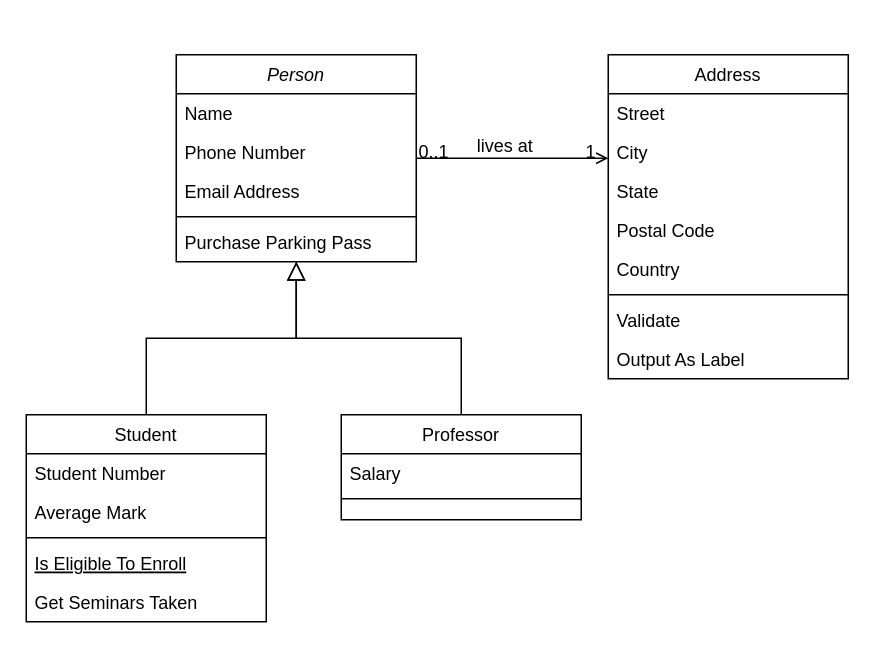
Above: OOTrabalho.drawio in DaviNegreiros/OO-TRABALHO (draw.io), before the change. Source tidied: cells renumbered, new cells numbered last; positions are measured from the earlier drawing's top-left corner, leaving out a move shared by most shapes. Both pictures are drawn from the tidied source at 150%, with x=0, y=0 at pixel (26, 54).
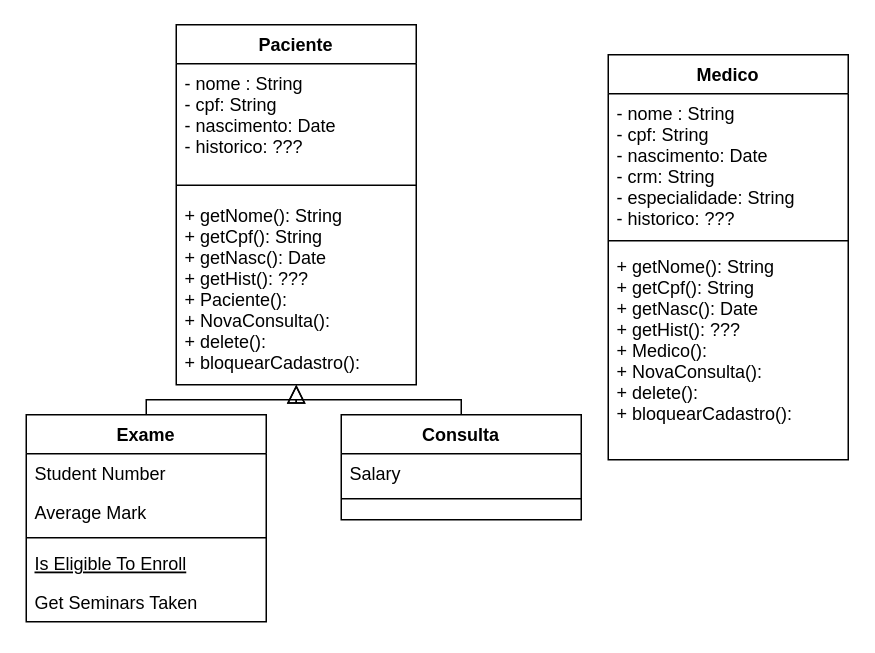
After the change.

Change to the diagram source:
```diff
@@
-    <mxCell id="2" value="Person" style="swimlane;fontStyle=2;align=center;verticalAlign=top;horizontal=1;startSize=26;rounded=0;shadow=0;strokeWidth=1;" parent="1" vertex="1">
-      <mxGeometry x="100" width="160" height="138" as="geometry" />
+    <mxCell id="2" value="Paciente" style="swimlane;fontStyle=1;align=center;verticalAlign=top;horizontal=1;startSize=26;rounded=0;shadow=0;strokeWidth=1;" parent="1" vertex="1">
+      <mxGeometry x="100" y="-20" width="160" height="240" as="geometry" />
     </mxCell>
-    <mxCell id="3" value="Name" style="text;align=left;verticalAlign=top;spacingLeft=4;spacingRight=4;overflow=hidden;" parent="2" vertex="1">
-      <mxGeometry y="26" width="160" height="26" as="geometry" />
-    </mxCell>
-    <mxCell id="4" value="Phone Number" style="text;align=left;verticalAlign=top;spacingLeft=4;spacingRight=4;overflow=hidden;rounded=0;shadow=0;html=0;" parent="2" vertex="1">
-      <mxGeometry y="52" width="160" height="26" as="geometry" />
-    </mxCell>
-    <mxCell id="5" value="Email Address" style="text;align=left;verticalAlign=top;spacingLeft=4;spacingRight=4;overflow=hidden;rounded=0;shadow=0;html=0;" parent="2" vertex="1">
-      <mxGeometry y="78" width="160" height="26" as="geometry" />
+    <mxCell id="5" value="- nome : String&#10;- cpf: String&#10;- nascimento: Date&#10;- historico: ???" style="text;align=left;verticalAlign=top;spacingLeft=4;spacingRight=4;overflow=hidden;rounded=0;shadow=0;html=0;" parent="2" vertex="1">
+      <mxGeometry y="26" width="160" height="74" as="geometry" />
     </mxCell>
     <mxCell id="6" style="line;html=1;strokeWidth=1;align=left;verticalAlign=middle;spacingTop=-1;spacingLeft=3;spacingRight=3;labelPosition=right;" parent="2" vertex="1">
-      <mxGeometry y="104" width="160" height="8" as="geometry" />
+      <mxGeometry y="100" width="160" height="14" as="geometry" />
     </mxCell>
-    <mxCell id="7" value="Purchase Parking Pass" style="text;align=left;verticalAlign=top;spacingLeft=4;spacingRight=4;overflow=hidden;" parent="2" vertex="1">
-      <mxGeometry y="112" width="160" height="26" as="geometry" />
+    <mxCell id="7" value="+ getNome(): String&#10;+ getCpf(): String&#10;+ getNasc(): Date&#10;+ getHist(): ???&#10;+ Paciente():&#10;+ NovaConsulta():&#10;+ delete():&#10;+ bloquearCadastro():&#10;&#10;" style="text;align=left;verticalAlign=top;spacingLeft=4;spacingRight=4;overflow=hidden;" parent="2" vertex="1">
+      <mxGeometry y="114" width="160" height="116" as="geometry" />
     </mxCell>
-    <mxCell id="8" value="Student" style="swimlane;fontStyle=0;align=center;verticalAlign=top;horizontal=1;startSize=26;rounded=0;shadow=0;strokeWidth=1;" parent="1" vertex="1">
+    <mxCell id="8" value="Exame" style="swimlane;fontStyle=1;align=center;verticalAlign=top;horizontal=1;startSize=26;rounded=0;shadow=0;strokeWidth=1;" parent="1" vertex="1">
       <mxGeometry y="240" width="160" height="138" as="geometry" />
     </mxCell>
@@
-    <mxCell id="15" value="Professor" style="swimlane;fontStyle=0;align=center;verticalAlign=top;horizontal=1;startSize=26;rounded=0;shadow=0;strokeWidth=1;" parent="1" vertex="1">
+    <mxCell id="15" value="Consulta" style="swimlane;fontStyle=1;align=center;verticalAlign=top;horizontal=1;startSize=26;rounded=0;shadow=0;strokeWidth=1;" parent="1" vertex="1">
       <mxGeometry x="210" y="240" width="160" height="70" as="geometry" />
     </mxCell>
@@
-    <mxCell id="19" value="Address" style="swimlane;fontStyle=0;align=center;verticalAlign=top;horizontal=1;startSize=26;rounded=0;shadow=0;strokeWidth=1;" parent="1" vertex="1">
-      <mxGeometry x="388" width="160" height="216" as="geometry" />
+    <mxCell id="19" value="Medico" style="swimlane;fontStyle=1;align=center;verticalAlign=top;horizontal=1;startSize=26;rounded=0;shadow=0;strokeWidth=1;" parent="1" vertex="1">
+      <mxGeometry x="388" width="160" height="270" as="geometry" />
     </mxCell>
-    <mxCell id="20" value="Street" style="text;align=left;verticalAlign=top;spacingLeft=4;spacingRight=4;overflow=hidden;" parent="19" vertex="1">
-      <mxGeometry y="26" width="160" height="26" as="geometry" />
-    </mxCell>
-    <mxCell id="21" value="City" style="text;align=left;verticalAlign=top;spacingLeft=4;spacingRight=4;overflow=hidden;rounded=0;shadow=0;html=0;" parent="19" vertex="1">
-      <mxGeometry y="52" width="160" height="26" as="geometry" />
+    <mxCell id="21" value="- nome : String&#10;- cpf: String&#10;- nascimento: Date&#10;- crm: String&#10;- especialidade: String&#10;- historico: ???" style="text;align=left;verticalAlign=top;spacingLeft=4;spacingRight=4;overflow=hidden;rounded=0;shadow=0;html=0;" parent="19" vertex="1">
+      <mxGeometry y="26" width="160" height="94" as="geometry" />
     </mxCell>
-    <mxCell id="22" value="State" style="text;align=left;verticalAlign=top;spacingLeft=4;spacingRight=4;overflow=hidden;rounded=0;shadow=0;html=0;" parent="19" vertex="1">
-      <mxGeometry y="78" width="160" height="26" as="geometry" />
-    </mxCell>
-    <mxCell id="23" value="Postal Code" style="text;align=left;verticalAlign=top;spacingLeft=4;spacingRight=4;overflow=hidden;rounded=0;shadow=0;html=0;" parent="19" vertex="1">
-      <mxGeometry y="104" width="160" height="26" as="geometry" />
-    </mxCell>
-    <mxCell id="24" value="Country" style="text;align=left;verticalAlign=top;spacingLeft=4;spacingRight=4;overflow=hidden;rounded=0;shadow=0;html=0;" parent="19" vertex="1">
-      <mxGeometry y="130" width="160" height="26" as="geometry" />
-    </mxCell>
     <mxCell id="25" style="line;html=1;strokeWidth=1;align=left;verticalAlign=middle;spacingTop=-1;spacingLeft=3;spacingRight=3;labelPosition=right;" parent="19" vertex="1">
-      <mxGeometry y="156" width="160" height="8" as="geometry" />
+      <mxGeometry y="120" width="160" height="8" as="geometry" />
     </mxCell>
-    <mxCell id="26" value="Validate" style="text;align=left;verticalAlign=top;spacingLeft=4;spacingRight=4;overflow=hidden;" parent="19" vertex="1">
-      <mxGeometry y="164" width="160" height="26" as="geometry" />
+    <mxCell id="26" value="+ getNome(): String&#10;+ getCpf(): String&#10;+ getNasc(): Date&#10;+ getHist(): ???&#10;+ Medico():&#10;+ NovaConsulta():&#10;+ delete():&#10;+ bloquearCadastro():&#10;&#10;" style="text;align=left;verticalAlign=top;spacingLeft=4;spacingRight=4;overflow=hidden;" parent="19" vertex="1">
+      <mxGeometry y="128" width="160" height="142" as="geometry" />
     </mxCell>
-    <mxCell id="27" value="Output As Label" style="text;align=left;verticalAlign=top;spacingLeft=4;spacingRight=4;overflow=hidden;" parent="19" vertex="1">
-      <mxGeometry y="190" width="160" height="26" as="geometry" />
-    </mxCell>
-    <mxCell id="28" style="endArrow=open;shadow=0;strokeWidth=1;rounded=0;curved=0;endFill=1;edgeStyle=elbowEdgeStyle;elbow=vertical;" parent="1" edge="1" source="2" target="19">
-      <mxGeometry x="0.5" y="41" relative="1" as="geometry">
-        <mxPoint x="-40" y="32" as="offset" />
-      </mxGeometry>
-    </mxCell>
-    <mxCell id="29" value="0..1" style="align=left;verticalAlign=bottom;labelBackgroundColor=none;fontSize=12;" parent="28" vertex="1">
-      <mxGeometry x="-1" relative="1" as="geometry">
-        <mxPoint y="4" as="offset" />
-      </mxGeometry>
-    </mxCell>
-    <mxCell id="30" value="1" style="align=right;verticalAlign=bottom;labelBackgroundColor=none;fontSize=12;" parent="28" vertex="1">
-      <mxGeometry x="1" relative="1" as="geometry">
-        <mxPoint x="-7" y="4" as="offset" />
-      </mxGeometry>
-    </mxCell>
-    <mxCell id="31" value="lives at" style="text;html=1;align=center;verticalAlign=middle;labelBackgroundColor=none;rounded=0;shadow=0;strokeWidth=1;fontSize=12;" parent="28" vertex="1">
-      <mxGeometry x="0.5" y="49" relative="1" as="geometry">
-        <mxPoint x="-38" y="40" as="offset" />
-      </mxGeometry>
-    </mxCell>
```
